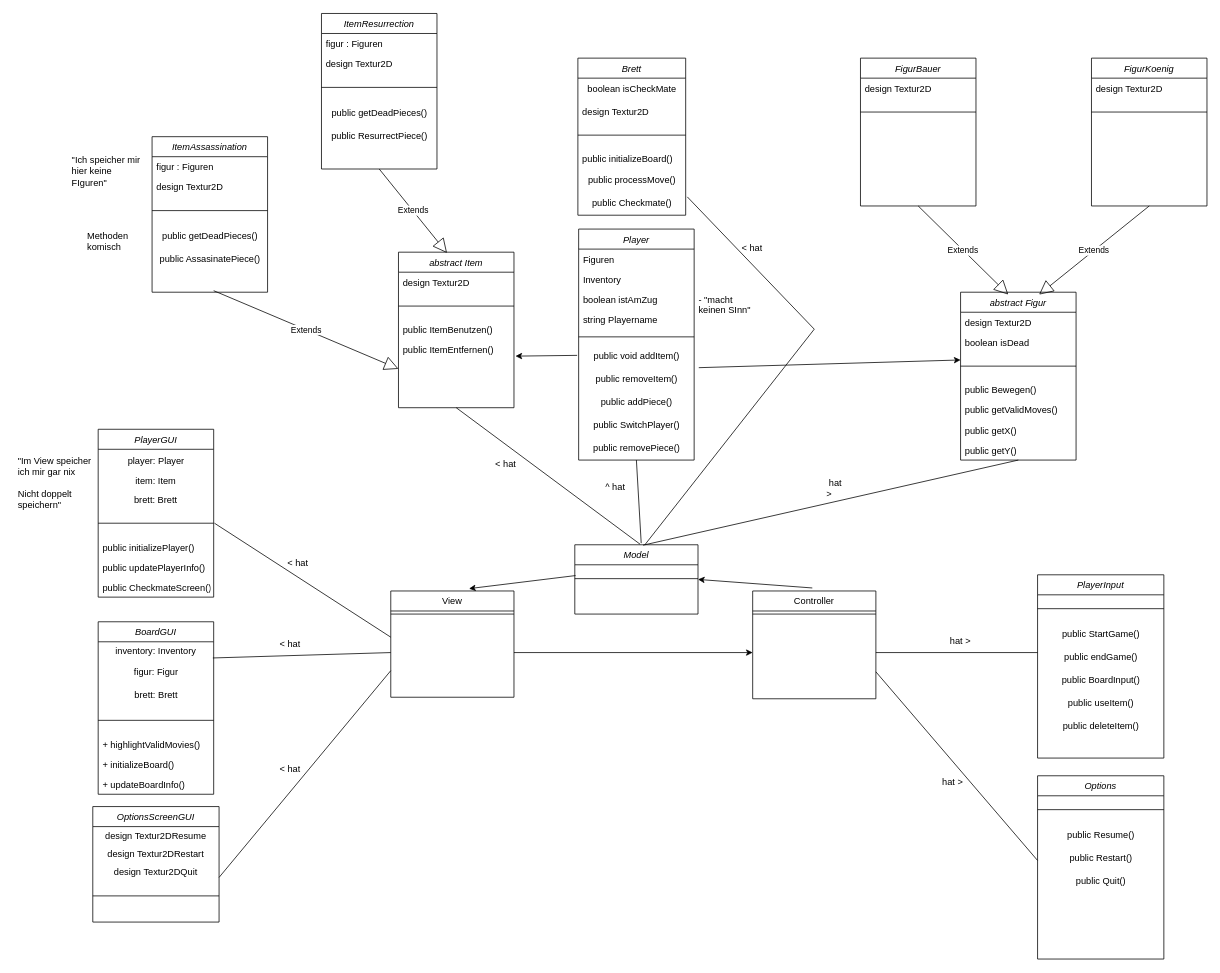
Before: ProjektSmthidk.drawio in Swagsy/Eclipselovers69, a draw.io diagram. Source tidied: cells renumbered, new cells numbered last; positions are measured from the earlier drawing's top-left corner, leaving out a move shared by most shapes. Both pictures are drawn from the tidied source at 77%, with x=0, y=0 at pixel (13, 13).
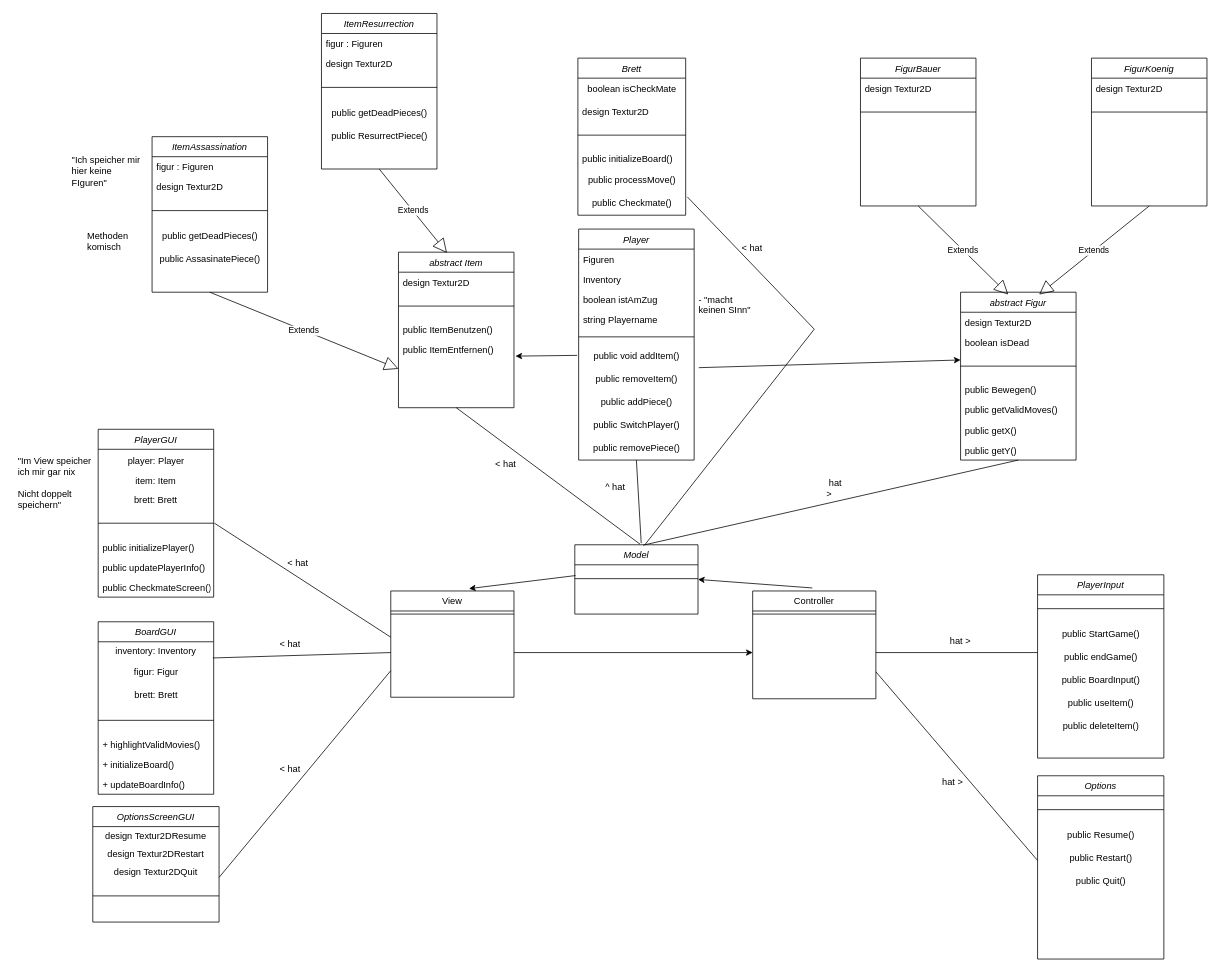
The same page after the edit.

Unchanged cells that the change refers to:
```xml
<mxCell id="30" value="abstract Item&#10;" style="swimlane;fontStyle=2;align=center;verticalAlign=top;horizontal=1;startSize=26;rounded=0;shadow=0;strokeWidth=1;" parent="1" vertex="1">
  <mxGeometry x="500" y="310" width="150" height="202" as="geometry" />
</mxCell>
<mxCell id="77" value="ItemAssassination" style="swimlane;fontStyle=2;align=center;verticalAlign=top;horizontal=1;startSize=26;rounded=0;shadow=0;strokeWidth=1;" parent="1" vertex="1">
  <mxGeometry x="180" y="160" width="150" height="202" as="geometry" />
</mxCell>
```

The edit, as a diff of the source:
```diff
@@
-    <mxCell id="114" value="Extends" style="endArrow=block;endSize=16;endFill=0;html=1;rounded=0;entryX=0;entryY=0.75;entryDx=0;entryDy=0;" parent="1" edge="1" target="30">
-      <mxGeometry relative="1" as="geometry">
-        <mxPoint x="260" y="360" as="sourcePoint" />
-      </mxGeometry>
+    <mxCell id="114" value="Extends" style="endArrow=block;endSize=16;endFill=0;html=1;rounded=0;entryX=0;entryY=0.75;entryDx=0;entryDy=0;exitX=0.5;exitY=1;exitDx=0;exitDy=0;" parent="1" edge="1" source="77" target="30">
+      <mxGeometry relative="1" as="geometry" />
     </mxCell>
```
